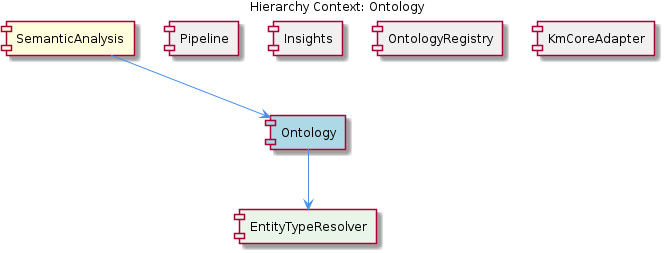
fwornle/coding keeps this PlantUML diagram as knowledge-management/insights/images/ontology-relationship.png. Above is the earlier version. Its source is kept beside it as .data/knowledge-graph/insights/puml/ontology-relationship.puml.
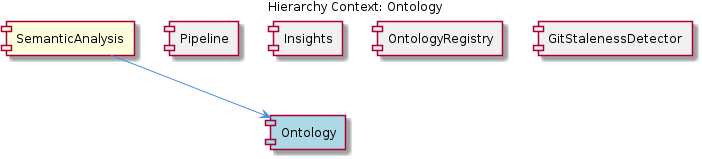
Later version of the same file.

Change to the diagram source:
```diff
@@ -8,14 +8,12 @@
 [Pipeline] as pipeline #F0F0F0
 [Insights] as insights #F0F0F0
 [OntologyRegistry] as ontology_registry #F0F0F0
-[KmCoreAdapter] as km_core_adapter #F0F0F0
-[EntityTypeResolver] as entity_type_resolver #E8F5E8
+[GitStalenessDetector] as git_staleness_detector #F0F0F0
 
 semantic_analysis --> ontology
 pipeline -[hidden]- ontology
 insights -[hidden]- ontology
 ontology_registry -[hidden]- ontology
-km_core_adapter -[hidden]- ontology
-ontology --> entity_type_resolver
+git_staleness_detector -[hidden]- ontology
 
 @enduml
```
